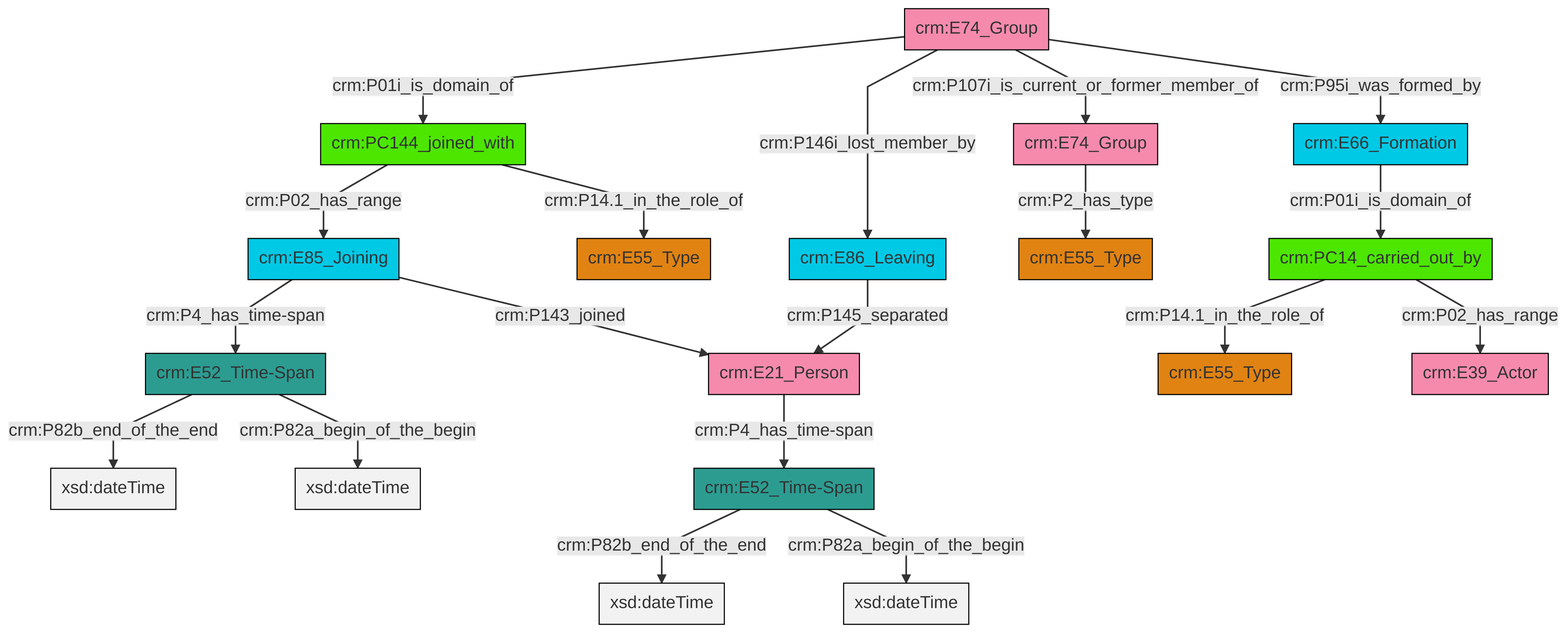
swiss-art-research-net/docs.swissartresearch keeps this Mermaid diagram as et/groupCSV/ttl/mmd/png/group_actor_relations.png. Above is the earlier version. Its source is kept beside it as et/groupCSV/ttl/mmd/group_actor_relations.ttl.mmd. Source of this version:
```mermaid
graph TD
classDef Literal fill:#f2f2f2,stroke:#000000;
classDef CRM_Entity fill:#FFFFFF,stroke:#000000;
classDef Temporal_Entity fill:#00C9E6, stroke:#000000;
classDef Type fill:#E18312, stroke:#000000;
classDef Time-Span fill:#2C9C91, stroke:#000000;
classDef Appellation fill:#FFEB7F, stroke:#000000;
classDef Place fill:#008836, stroke:#000000;
classDef Persistent_Item fill:#B266B2, stroke:#000000;
classDef Conceptual_Object fill:#FFD700, stroke:#000000;
classDef Physical_Thing fill:#D2B48C, stroke:#000000;
classDef Actor fill:#f58aad, stroke:#000000;
classDef PC_Classes fill:#4ce600, stroke:#000000;
classDef Multi fill:#cccccc,stroke:#000000;

2["crm:E52_Time-Span"]:::Time-Span -->|crm:P82b_end_of_the_end| 3[xsd:dateTime]:::Literal
4["crm:E74_Group"]:::Actor -->|crm:P01i_is_domain_of| 0["crm:PC144_joined_with"]:::PC_Classes
5["crm:E66_Formation"]:::Temporal_Entity -->|crm:P01i_is_domain_of| 6["crm:PC14_carried_out_by"]:::PC_Classes
6["crm:PC14_carried_out_by"]:::PC_Classes -->|crm:P14.1_in_the_role_of| 7["crm:E55_Type"]:::Type
12["crm:E86_Leaving"]:::Temporal_Entity -->|crm:P145_separated| 13["crm:E21_Person"]:::Actor
2["crm:E52_Time-Span"]:::Time-Span -->|crm:P82a_begin_of_the_begin| 14[xsd:dateTime]:::Literal
0["crm:PC144_joined_with"]:::PC_Classes -->|crm:P02_has_range| 16["crm:E85_Joining"]:::Temporal_Entity
16["crm:E85_Joining"]:::Temporal_Entity -->|crm:P4_has_time-span| 19["crm:E52_Time-Span"]:::Time-Span
19["crm:E52_Time-Span"]:::Time-Span -->|crm:P82b_end_of_the_end| 20[xsd:dateTime]:::Literal
4["crm:E74_Group"]:::Actor -->|crm:P146i_lost_member_by| 12["crm:E86_Leaving"]:::Temporal_Entity
19["crm:E52_Time-Span"]:::Time-Span -->|crm:P82a_begin_of_the_begin| 21[xsd:dateTime]:::Literal
0["crm:PC144_joined_with"]:::PC_Classes -->|crm:P14.1_in_the_role_of| 10["crm:E55_Type"]:::Type
6["crm:PC14_carried_out_by"]:::PC_Classes -->|crm:P02_has_range| 23["crm:E39_Actor"]:::Actor
4["crm:E74_Group"]:::Actor -->|crm:P107i_is_current_or_former_member_of| 29["crm:E74_Group"]:::Actor
4["crm:E74_Group"]:::Actor -->|crm:P95i_was_formed_by| 5["crm:E66_Formation"]:::Temporal_Entity
29["crm:E74_Group"]:::Actor -->|crm:P2_has_type| 26["crm:E55_Type"]:::Type
16["crm:E85_Joining"]:::Temporal_Entity -->|crm:P143_joined| 13["crm:E21_Person"]:::Actor
13["crm:E21_Person"]:::Actor -->|crm:P4_has_time-span| 2["crm:E52_Time-Span"]:::Time-Span
```
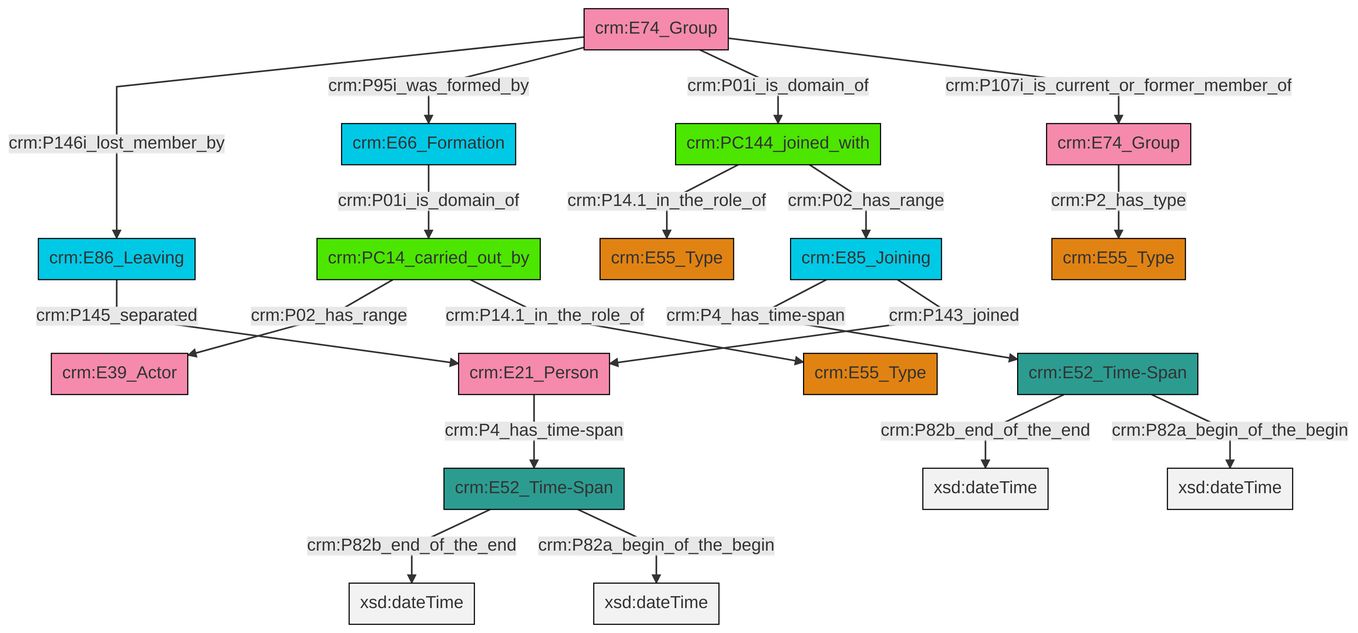
After the change.

Change to the diagram source:
```diff
@@ -13,21 +13,21 @@
 classDef PC_Classes fill:#4ce600, stroke:#000000;
 classDef Multi fill:#cccccc,stroke:#000000;
 
-2["crm:E52_Time-Span"]:::Time-Span -->|crm:P82b_end_of_the_end| 3[xsd:dateTime]:::Literal
-4["crm:E74_Group"]:::Actor -->|crm:P01i_is_domain_of| 0["crm:PC144_joined_with"]:::PC_Classes
-5["crm:E66_Formation"]:::Temporal_Entity -->|crm:P01i_is_domain_of| 6["crm:PC14_carried_out_by"]:::PC_Classes
-6["crm:PC14_carried_out_by"]:::PC_Classes -->|crm:P14.1_in_the_role_of| 7["crm:E55_Type"]:::Type
-12["crm:E86_Leaving"]:::Temporal_Entity -->|crm:P145_separated| 13["crm:E21_Person"]:::Actor
-2["crm:E52_Time-Span"]:::Time-Span -->|crm:P82a_begin_of_the_begin| 14[xsd:dateTime]:::Literal
-0["crm:PC144_joined_with"]:::PC_Classes -->|crm:P02_has_range| 16["crm:E85_Joining"]:::Temporal_Entity
-16["crm:E85_Joining"]:::Temporal_Entity -->|crm:P4_has_time-span| 19["crm:E52_Time-Span"]:::Time-Span
-19["crm:E52_Time-Span"]:::Time-Span -->|crm:P82b_end_of_the_end| 20[xsd:dateTime]:::Literal
-4["crm:E74_Group"]:::Actor -->|crm:P146i_lost_member_by| 12["crm:E86_Leaving"]:::Temporal_Entity
-19["crm:E52_Time-Span"]:::Time-Span -->|crm:P82a_begin_of_the_begin| 21[xsd:dateTime]:::Literal
-0["crm:PC144_joined_with"]:::PC_Classes -->|crm:P14.1_in_the_role_of| 10["crm:E55_Type"]:::Type
-6["crm:PC14_carried_out_by"]:::PC_Classes -->|crm:P02_has_range| 23["crm:E39_Actor"]:::Actor
-4["crm:E74_Group"]:::Actor -->|crm:P107i_is_current_or_former_member_of| 29["crm:E74_Group"]:::Actor
-4["crm:E74_Group"]:::Actor -->|crm:P95i_was_formed_by| 5["crm:E66_Formation"]:::Temporal_Entity
-29["crm:E74_Group"]:::Actor -->|crm:P2_has_type| 26["crm:E55_Type"]:::Type
-16["crm:E85_Joining"]:::Temporal_Entity -->|crm:P143_joined| 13["crm:E21_Person"]:::Actor
-13["crm:E21_Person"]:::Actor -->|crm:P4_has_time-span| 2["crm:E52_Time-Span"]:::Time-Span
+0["crm:PC14_carried_out_by"]:::PC_Classes -->|crm:P02_has_range| 1["crm:E39_Actor"]:::Actor
+2["crm:PC144_joined_with"]:::PC_Classes -->|crm:P14.1_in_the_role_of| 3["crm:E55_Type"]:::Type
+7["crm:E86_Leaving"]:::Temporal_Entity -->|crm:P145_separated| 8["crm:E21_Person"]:::Actor
+5["crm:E52_Time-Span"]:::Time-Span -->|crm:P82b_end_of_the_end| 10[xsd:dateTime]:::Literal
+14["crm:E74_Group"]:::Actor -->|crm:P2_has_type| 15["crm:E55_Type"]:::Type
+18["crm:E85_Joining"]:::Temporal_Entity -->|crm:P4_has_time-span| 5["crm:E52_Time-Span"]:::Time-Span
+19["crm:E74_Group"]:::Actor -->|crm:P146i_lost_member_by| 7["crm:E86_Leaving"]:::Temporal_Entity
+22["crm:E66_Formation"]:::Temporal_Entity -->|crm:P01i_is_domain_of| 0["crm:PC14_carried_out_by"]:::PC_Classes
+5["crm:E52_Time-Span"]:::Time-Span -->|crm:P82a_begin_of_the_begin| 24[xsd:dateTime]:::Literal
+2["crm:PC144_joined_with"]:::PC_Classes -->|crm:P02_has_range| 18["crm:E85_Joining"]:::Temporal_Entity
+12["crm:E52_Time-Span"]:::Time-Span -->|crm:P82b_end_of_the_end| 26[xsd:dateTime]:::Literal
+0["crm:PC14_carried_out_by"]:::PC_Classes -->|crm:P14.1_in_the_role_of| 29["crm:E55_Type"]:::Type
+12["crm:E52_Time-Span"]:::Time-Span -->|crm:P82a_begin_of_the_begin| 30[xsd:dateTime]:::Literal
+19["crm:E74_Group"]:::Actor -->|crm:P95i_was_formed_by| 22["crm:E66_Formation"]:::Temporal_Entity
+19["crm:E74_Group"]:::Actor -->|crm:P01i_is_domain_of| 2["crm:PC144_joined_with"]:::PC_Classes
+18["crm:E85_Joining"]:::Temporal_Entity -->|crm:P143_joined| 8["crm:E21_Person"]:::Actor
+19["crm:E74_Group"]:::Actor -->|crm:P107i_is_current_or_former_member_of| 14["crm:E74_Group"]:::Actor
+8["crm:E21_Person"]:::Actor -->|crm:P4_has_time-span| 12["crm:E52_Time-Span"]:::Time-Span
```
